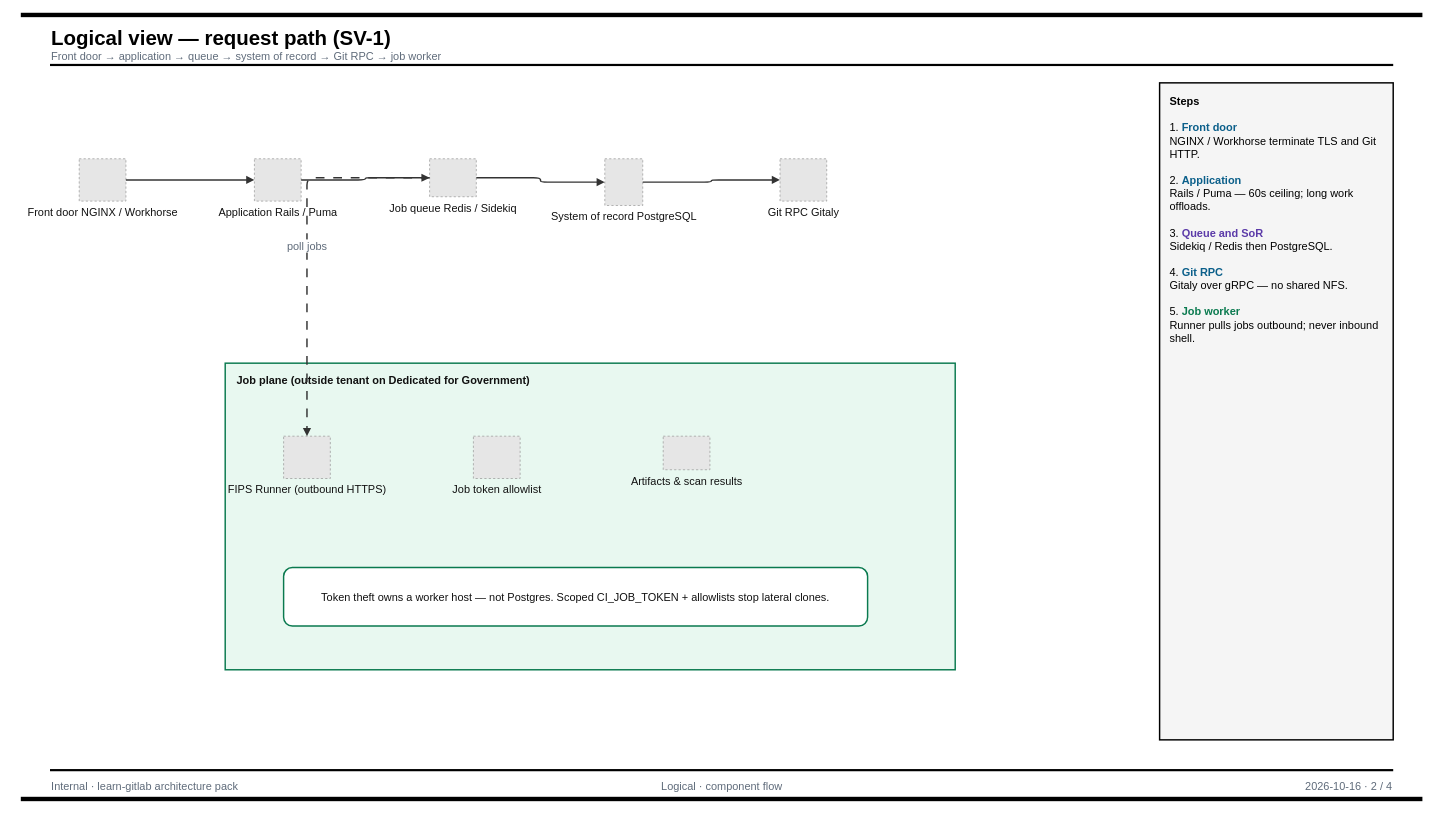
This is assets/diagrams/drawio/02-logical.drawio from aaronmeis/learn-gitlab, a draw.io file, before an edit. Source tidied: cells renumbered, new cells numbered last; positions are measured from the earlier drawing's top-left corner, leaving out a move shared by most shapes. Both pictures are drawn from the tidied source at 73%, with x=0, y=0 at pixel (20, 12). Pictures stored in the file or linked from it are replaced by grey dashed boxes.
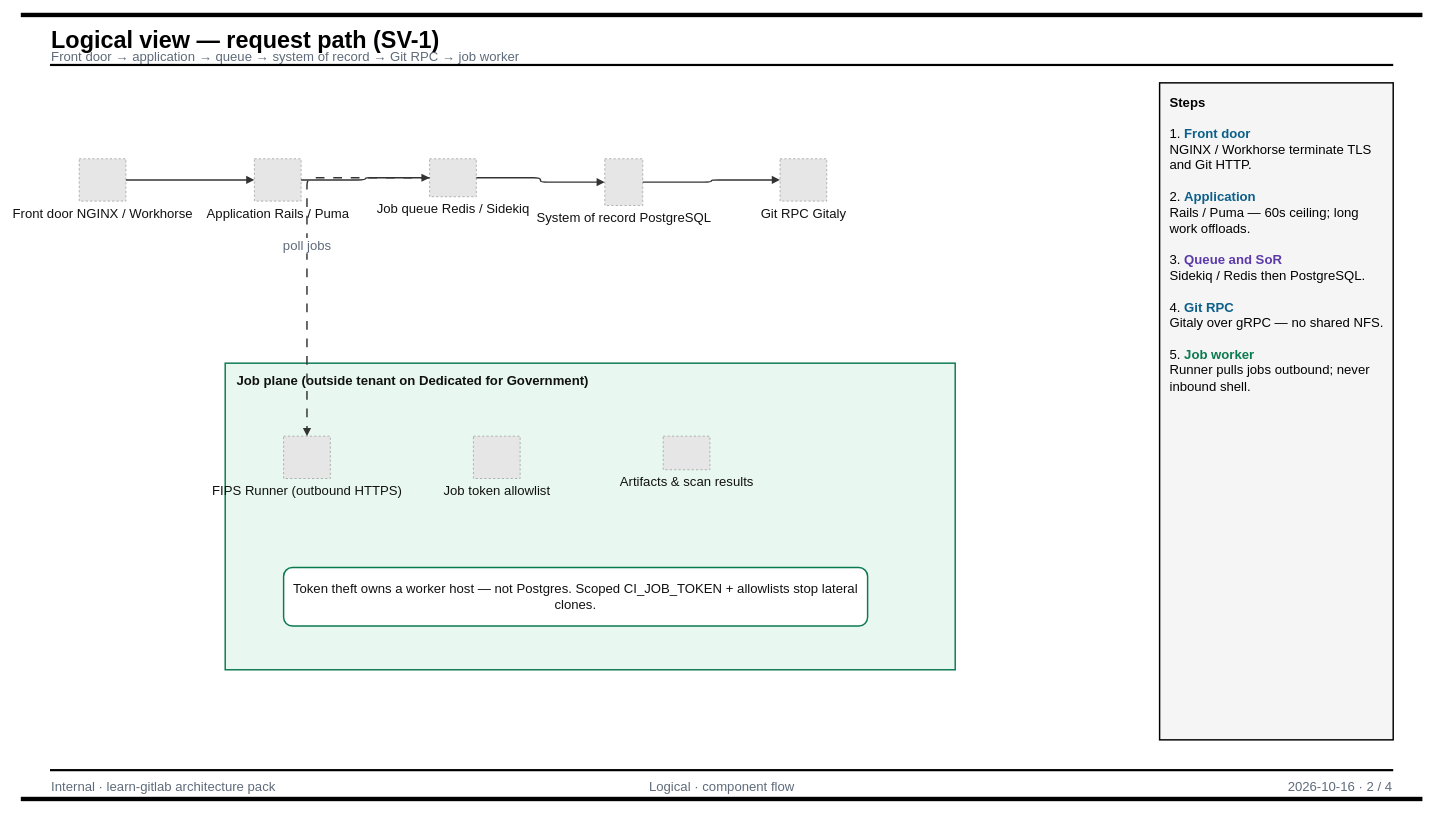
The same diagram, later.

Commit message (it also covers changes not shown here):
feat: larger Draw.io diagram fonts for Architecture Views

The edit, as a diff of the source:
```diff
@@
-    <mxCell id="3" value="Logical view — request path (SV-1)" style="text;html=1;strokeColor=none;fillColor=none;align=left;fontFamily=Helvetica;fontSize=28;fontStyle=1;fontColor=#000000;" parent="1" vertex="1">
-      <mxGeometry x="40" y="12" width="1500" height="32" as="geometry" />
+    <mxCell id="3" value="Logical view — request path (SV-1)" style="text;html=1;strokeColor=none;fillColor=none;align=left;fontFamily=Helvetica;fontSize=32;fontStyle=1;fontColor=#000000;" parent="1" vertex="1">
+      <mxGeometry x="40" y="12" width="1500" height="38" as="geometry" />
     </mxCell>
-    <mxCell id="4" value="Front door → application → queue → system of record → Git RPC → job worker" style="text;html=1;strokeColor=none;fillColor=none;align=left;fontFamily=Helvetica;fontSize=15;fontColor=#5F6B7A;" parent="1" vertex="1">
-      <mxGeometry x="40" y="44" width="1500" height="22" as="geometry" />
+    <mxCell id="4" value="Front door → application → queue → system of record → Git RPC → job worker" style="text;html=1;strokeColor=none;fillColor=none;align=left;fontFamily=Helvetica;fontSize=18;fontColor=#5F6B7A;" parent="1" vertex="1">
+      <mxGeometry x="40" y="44" width="1500" height="26" as="geometry" />
     </mxCell>
@@
-    <mxCell id="7" value="Internal · learn-gitlab architecture pack" style="text;html=1;align=left;fontFamily=Helvetica;fontSize=15;fontColor=#5F6B7A;" parent="1" vertex="1">
-      <mxGeometry x="40" y="1044" width="560" height="22" as="geometry" />
+    <mxCell id="7" value="Internal · learn-gitlab architecture pack" style="text;html=1;align=left;fontFamily=Helvetica;fontSize=18;fontColor=#5F6B7A;" parent="1" vertex="1">
+      <mxGeometry x="40" y="1044" width="560" height="26" as="geometry" />
     </mxCell>
-    <mxCell id="8" value="Logical · component flow" style="text;html=1;align=center;fontFamily=Helvetica;fontSize=15;fontColor=#5F6B7A;" parent="1" vertex="1">
-      <mxGeometry x="620" y="1044" width="680" height="22" as="geometry" />
+    <mxCell id="8" value="Logical · component flow" style="text;html=1;align=center;fontFamily=Helvetica;fontSize=18;fontColor=#5F6B7A;" parent="1" vertex="1">
+      <mxGeometry x="620" y="1044" width="680" height="26" as="geometry" />
     </mxCell>
-    <mxCell id="9" value="2026-10-16  ·  2 / 4" style="text;html=1;align=right;fontFamily=Helvetica;fontSize=15;fontColor=#5F6B7A;" parent="1" vertex="1">
-      <mxGeometry x="1320" y="1044" width="560" height="22" as="geometry" />
+    <mxCell id="9" value="2026-10-16  ·  2 / 4" style="text;html=1;align=right;fontFamily=Helvetica;fontSize=18;fontColor=#5F6B7A;" parent="1" vertex="1">
+      <mxGeometry x="1320" y="1044" width="560" height="26" as="geometry" />
     </mxCell>
@@
-    <mxCell id="11" value="Front door NGINX / Workhorse" style="fillColor=#E6E6E6;strokeColor=#999999;dashed=1;verticalLabelPosition=bottom;verticalAlign=top;html=1;align=center;labelBackgroundColor=none;fontFamily=Helvetica;fontSize=15;fontColor=#111111;" parent="1" vertex="1">
+    <mxCell id="11" value="Front door NGINX / Workhorse" style="fillColor=#E6E6E6;strokeColor=#999999;dashed=1;verticalLabelPosition=bottom;verticalAlign=top;html=1;align=center;labelBackgroundColor=none;fontFamily=Helvetica;fontSize=18;fontColor=#111111;" parent="1" vertex="1">
       <mxGeometry x="80" y="200" width="64" height="58" as="geometry" />
     </mxCell>
-    <mxCell id="12" value="Application Rails / Puma" style="fillColor=#E6E6E6;strokeColor=#999999;dashed=1;verticalLabelPosition=bottom;verticalAlign=top;html=1;align=center;labelBackgroundColor=none;fontFamily=Helvetica;fontSize=15;fontColor=#111111;" parent="1" vertex="1">
+    <mxCell id="12" value="Application Rails / Puma" style="fillColor=#E6E6E6;strokeColor=#999999;dashed=1;verticalLabelPosition=bottom;verticalAlign=top;html=1;align=center;labelBackgroundColor=none;fontFamily=Helvetica;fontSize=18;fontColor=#111111;" parent="1" vertex="1">
       <mxGeometry x="320" y="200" width="64" height="58" as="geometry" />
     </mxCell>
-    <mxCell id="13" value="Job queue Redis / Sidekiq" style="fillColor=#E6E6E6;strokeColor=#999999;dashed=1;verticalLabelPosition=bottom;verticalAlign=top;html=1;align=center;labelBackgroundColor=none;fontFamily=Helvetica;fontSize=15;fontColor=#111111;" parent="1" vertex="1">
+    <mxCell id="13" value="Job queue Redis / Sidekiq" style="fillColor=#E6E6E6;strokeColor=#999999;dashed=1;verticalLabelPosition=bottom;verticalAlign=top;html=1;align=center;labelBackgroundColor=none;fontFamily=Helvetica;fontSize=18;fontColor=#111111;" parent="1" vertex="1">
       <mxGeometry x="560" y="200" width="64" height="52" as="geometry" />
     </mxCell>
-    <mxCell id="14" value="System of record PostgreSQL" style="fillColor=#E6E6E6;strokeColor=#999999;dashed=1;verticalLabelPosition=bottom;verticalAlign=top;html=1;align=center;labelBackgroundColor=none;fontFamily=Helvetica;fontSize=15;fontColor=#111111;" parent="1" vertex="1">
+    <mxCell id="14" value="System of record PostgreSQL" style="fillColor=#E6E6E6;strokeColor=#999999;dashed=1;verticalLabelPosition=bottom;verticalAlign=top;html=1;align=center;labelBackgroundColor=none;fontFamily=Helvetica;fontSize=18;fontColor=#111111;" parent="1" vertex="1">
       <mxGeometry x="800" y="200" width="52" height="64" as="geometry" />
     </mxCell>
-    <mxCell id="15" value="Git RPC Gitaly" style="fillColor=#E6E6E6;strokeColor=#999999;dashed=1;verticalLabelPosition=bottom;verticalAlign=top;html=1;align=center;labelBackgroundColor=none;fontFamily=Helvetica;fontSize=15;fontColor=#111111;" parent="1" vertex="1">
+    <mxCell id="15" value="Git RPC Gitaly" style="fillColor=#E6E6E6;strokeColor=#999999;dashed=1;verticalLabelPosition=bottom;verticalAlign=top;html=1;align=center;labelBackgroundColor=none;fontFamily=Helvetica;fontSize=18;fontColor=#111111;" parent="1" vertex="1">
       <mxGeometry x="1040" y="200" width="64" height="58" as="geometry" />
     </mxCell>
-    <mxCell id="16" style="edgeStyle=orthogonalEdgeStyle;rounded=1;jettySize=auto;html=1;strokeColor=#333333;strokeWidth=2;fontFamily=Helvetica;fontSize=15;fontColor=#5F6B7A;endArrow=block;endFill=1;" parent="1" edge="1" source="11" target="12">
+    <mxCell id="16" style="edgeStyle=orthogonalEdgeStyle;rounded=1;jettySize=auto;html=1;strokeColor=#333333;strokeWidth=2;fontFamily=Helvetica;fontSize=18;fontColor=#5F6B7A;endArrow=block;endFill=1;" parent="1" edge="1" source="11" target="12">
       <mxGeometry relative="1" as="geometry" />
     </mxCell>
-    <mxCell id="17" style="edgeStyle=orthogonalEdgeStyle;rounded=1;jettySize=auto;html=1;strokeColor=#333333;strokeWidth=2;fontFamily=Helvetica;fontSize=15;fontColor=#5F6B7A;endArrow=block;endFill=1;" parent="1" edge="1" source="12" target="13">
+    <mxCell id="17" style="edgeStyle=orthogonalEdgeStyle;rounded=1;jettySize=auto;html=1;strokeColor=#333333;strokeWidth=2;fontFamily=Helvetica;fontSize=18;fontColor=#5F6B7A;endArrow=block;endFill=1;" parent="1" edge="1" source="12" target="13">
       <mxGeometry relative="1" as="geometry" />
     </mxCell>
-    <mxCell id="18" style="edgeStyle=orthogonalEdgeStyle;rounded=1;jettySize=auto;html=1;strokeColor=#333333;strokeWidth=2;fontFamily=Helvetica;fontSize=15;fontColor=#5F6B7A;endArrow=block;endFill=1;" parent="1" edge="1" source="13" target="14">
+    <mxCell id="18" style="edgeStyle=orthogonalEdgeStyle;rounded=1;jettySize=auto;html=1;strokeColor=#333333;strokeWidth=2;fontFamily=Helvetica;fontSize=18;fontColor=#5F6B7A;endArrow=block;endFill=1;" parent="1" edge="1" source="13" target="14">
       <mxGeometry relative="1" as="geometry" />
     </mxCell>
-    <mxCell id="19" style="edgeStyle=orthogonalEdgeStyle;rounded=1;jettySize=auto;html=1;strokeColor=#333333;strokeWidth=2;fontFamily=Helvetica;fontSize=15;fontColor=#5F6B7A;endArrow=block;endFill=1;" parent="1" edge="1" source="14" target="15">
+    <mxCell id="19" style="edgeStyle=orthogonalEdgeStyle;rounded=1;jettySize=auto;html=1;strokeColor=#333333;strokeWidth=2;fontFamily=Helvetica;fontSize=18;fontColor=#5F6B7A;endArrow=block;endFill=1;" parent="1" edge="1" source="14" target="15">
       <mxGeometry relative="1" as="geometry" />
     </mxCell>
-    <mxCell id="20" value="Job plane (outside tenant on Dedicated for Government)" style="rounded=0;whiteSpace=wrap;html=1;align=left;verticalAlign=top;spacingLeft=14;spacingTop=8;fillColor=#E8F8F0;strokeColor=#0A7A4F;strokeWidth=2;fontFamily=Helvetica;fontSize=15;fontStyle=1;fontColor=#111111;" parent="1" vertex="1">
+    <mxCell id="20" value="Job plane (outside tenant on Dedicated for Government)" style="rounded=0;whiteSpace=wrap;html=1;align=left;verticalAlign=top;spacingLeft=14;spacingTop=8;fillColor=#E8F8F0;strokeColor=#0A7A4F;strokeWidth=2;fontFamily=Helvetica;fontSize=18;fontStyle=1;fontColor=#111111;" parent="1" vertex="1">
       <mxGeometry x="280" y="480" width="1000" height="420" as="geometry" />
     </mxCell>
-    <mxCell id="21" value="FIPS Runner (outbound HTTPS)" style="fillColor=#E6E6E6;strokeColor=#999999;dashed=1;verticalLabelPosition=bottom;verticalAlign=top;html=1;align=center;labelBackgroundColor=none;fontFamily=Helvetica;fontSize=15;fontColor=#111111;" parent="1" vertex="1">
+    <mxCell id="21" value="FIPS Runner (outbound HTTPS)" style="fillColor=#E6E6E6;strokeColor=#999999;dashed=1;verticalLabelPosition=bottom;verticalAlign=top;html=1;align=center;labelBackgroundColor=none;fontFamily=Helvetica;fontSize=18;fontColor=#111111;" parent="1" vertex="1">
       <mxGeometry x="360" y="580" width="64" height="58" as="geometry" />
     </mxCell>
-    <mxCell id="22" value="Job token allowlist" style="fillColor=#E6E6E6;strokeColor=#999999;dashed=1;verticalLabelPosition=bottom;verticalAlign=top;html=1;align=center;labelBackgroundColor=none;fontFamily=Helvetica;fontSize=15;fontColor=#111111;" parent="1" vertex="1">
+    <mxCell id="22" value="Job token allowlist" style="fillColor=#E6E6E6;strokeColor=#999999;dashed=1;verticalLabelPosition=bottom;verticalAlign=top;html=1;align=center;labelBackgroundColor=none;fontFamily=Helvetica;fontSize=18;fontColor=#111111;" parent="1" vertex="1">
       <mxGeometry x="620" y="580" width="64" height="58" as="geometry" />
     </mxCell>
-    <mxCell id="23" value="Artifacts &amp; scan results" style="fillColor=#E6E6E6;strokeColor=#999999;dashed=1;verticalLabelPosition=bottom;verticalAlign=top;html=1;align=center;labelBackgroundColor=none;fontFamily=Helvetica;fontSize=15;fontColor=#111111;" parent="1" vertex="1">
+    <mxCell id="23" value="Artifacts &amp; scan results" style="fillColor=#E6E6E6;strokeColor=#999999;dashed=1;verticalLabelPosition=bottom;verticalAlign=top;html=1;align=center;labelBackgroundColor=none;fontFamily=Helvetica;fontSize=18;fontColor=#111111;" parent="1" vertex="1">
       <mxGeometry x="880" y="580" width="64" height="46" as="geometry" />
     </mxCell>
-    <mxCell id="24" value="Token theft owns a worker host — not Postgres. Scoped CI_JOB_TOKEN + allowlists stop lateral clones." style="rounded=1;whiteSpace=wrap;html=1;align=center;verticalAlign=middle;fillColor=#FFFFFF;strokeColor=#0A7A4F;strokeWidth=2;fontFamily=Helvetica;fontSize=15;fontColor=#111111;" parent="1" vertex="1">
+    <mxCell id="24" value="Token theft owns a worker host — not Postgres. Scoped CI_JOB_TOKEN + allowlists stop lateral clones." style="rounded=1;whiteSpace=wrap;html=1;align=center;verticalAlign=middle;fillColor=#FFFFFF;strokeColor=#0A7A4F;strokeWidth=2;fontFamily=Helvetica;fontSize=18;fontColor=#111111;" parent="1" vertex="1">
       <mxGeometry x="360" y="760" width="800" height="80" as="geometry" />
     </mxCell>
-    <mxCell id="25" value="poll jobs" style="edgeStyle=orthogonalEdgeStyle;rounded=1;jettySize=auto;html=1;dashed=1;dashPattern=6 6;strokeColor=#333333;strokeWidth=2;fontFamily=Helvetica;fontSize=15;fontColor=#5F6B7A;endArrow=block;endFill=1;" parent="1" edge="1" source="13" target="21">
+    <mxCell id="25" value="poll jobs" style="edgeStyle=orthogonalEdgeStyle;rounded=1;jettySize=auto;html=1;dashed=1;dashPattern=6 6;strokeColor=#333333;strokeWidth=2;fontFamily=Helvetica;fontSize=18;fontColor=#5F6B7A;endArrow=block;endFill=1;" parent="1" edge="1" source="13" target="21">
       <mxGeometry relative="1" as="geometry" />
     </mxCell>
-    <mxCell id="26" value="&lt;b&gt;Steps&lt;/b&gt;&lt;br&gt;&lt;br&gt;1. &lt;b&gt;&lt;font color=&quot;#0B5F8A&quot;&gt;Front door&lt;/font&gt;&lt;/b&gt;&lt;br&gt;NGINX / Workhorse terminate TLS and Git HTTP.&lt;br&gt;&lt;br&gt;2. &lt;b&gt;&lt;font color=&quot;#0B5F8A&quot;&gt;Application&lt;/font&gt;&lt;/b&gt;&lt;br&gt;Rails / Puma — 60s ceiling; long work offloads.&lt;br&gt;&lt;br&gt;3. &lt;b&gt;&lt;font color=&quot;#5B3AA8&quot;&gt;Queue and SoR&lt;/font&gt;&lt;/b&gt;&lt;br&gt;Sidekiq / Redis then PostgreSQL.&lt;br&gt;&lt;br&gt;4. &lt;b&gt;&lt;font color=&quot;#0B5F8A&quot;&gt;Git RPC&lt;/font&gt;&lt;/b&gt;&lt;br&gt;Gitaly over gRPC — no shared NFS.&lt;br&gt;&lt;br&gt;5. &lt;b&gt;&lt;font color=&quot;#0A7A4F&quot;&gt;Job worker&lt;/font&gt;&lt;/b&gt;&lt;br&gt;Runner pulls jobs outbound; never inbound shell." style="rounded=0;whiteSpace=wrap;html=1;align=left;verticalAlign=top;spacingLeft=12;spacingRight=12;spacingTop=10;spacingBottom=10;fillColor=#F5F5F5;strokeColor=#000000;strokeWidth=2;fontFamily=Helvetica;fontSize=15;" parent="1" vertex="1">
+    <mxCell id="26" value="&lt;b&gt;Steps&lt;/b&gt;&lt;br&gt;&lt;br&gt;1. &lt;b&gt;&lt;font color=&quot;#0B5F8A&quot;&gt;Front door&lt;/font&gt;&lt;/b&gt;&lt;br&gt;NGINX / Workhorse terminate TLS and Git HTTP.&lt;br&gt;&lt;br&gt;2. &lt;b&gt;&lt;font color=&quot;#0B5F8A&quot;&gt;Application&lt;/font&gt;&lt;/b&gt;&lt;br&gt;Rails / Puma — 60s ceiling; long work offloads.&lt;br&gt;&lt;br&gt;3. &lt;b&gt;&lt;font color=&quot;#5B3AA8&quot;&gt;Queue and SoR&lt;/font&gt;&lt;/b&gt;&lt;br&gt;Sidekiq / Redis then PostgreSQL.&lt;br&gt;&lt;br&gt;4. &lt;b&gt;&lt;font color=&quot;#0B5F8A&quot;&gt;Git RPC&lt;/font&gt;&lt;/b&gt;&lt;br&gt;Gitaly over gRPC — no shared NFS.&lt;br&gt;&lt;br&gt;5. &lt;b&gt;&lt;font color=&quot;#0A7A4F&quot;&gt;Job worker&lt;/font&gt;&lt;/b&gt;&lt;br&gt;Runner pulls jobs outbound; never inbound shell." style="rounded=0;whiteSpace=wrap;html=1;align=left;verticalAlign=top;spacingLeft=12;spacingRight=12;spacingTop=10;spacingBottom=10;fillColor=#F5F5F5;strokeColor=#000000;strokeWidth=2;fontFamily=Helvetica;fontSize=18;" parent="1" vertex="1">
       <mxGeometry x="1560" y="96" width="320" height="900" as="geometry" />
     </mxCell>
```
